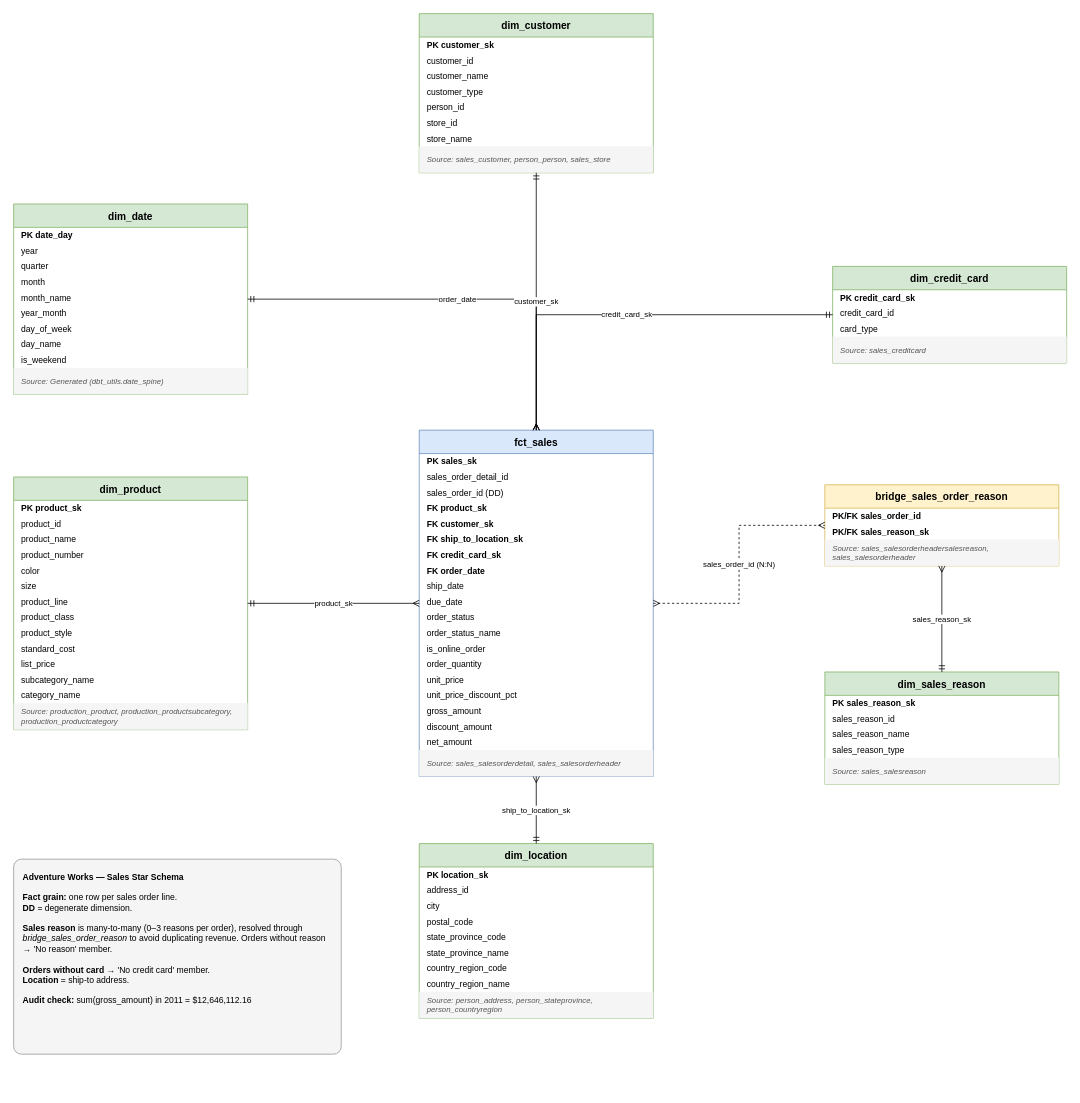
This is docs/conceptual_model.drawio from yurimorais-indicium/ae_certification_2026, a draw.io file, before an edit. Source tidied: cells renumbered, new cells numbered last; positions are measured from the earlier drawing's top-left corner, leaving out a move shared by most shapes. Both pictures are drawn from the tidied source at 78%, with x=0, y=0 at pixel (13, 13).
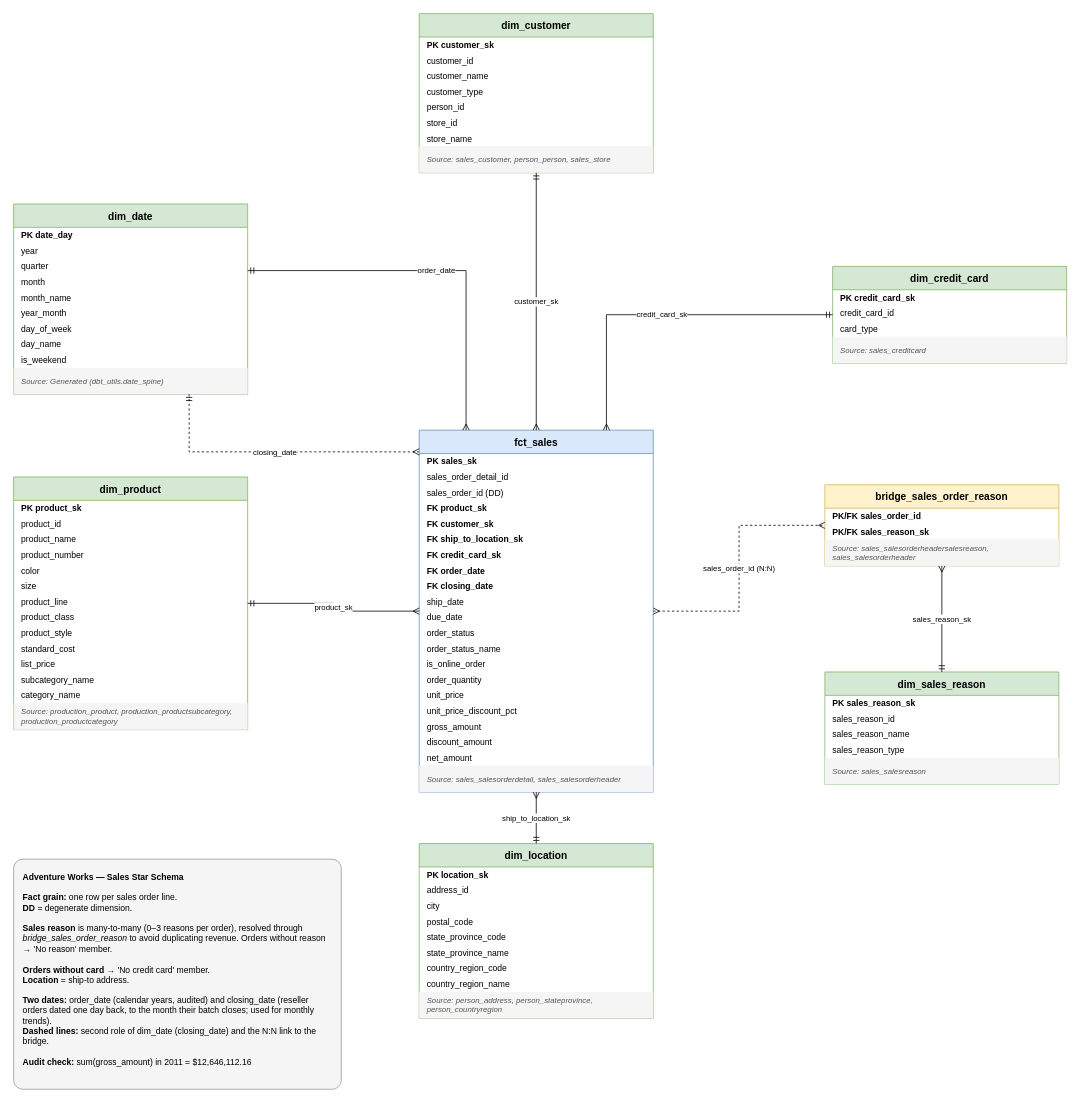
The same diagram, later.

Commit message (it also covers changes not shown here):
Add business rules and update the README and conceptual model

The change refers to these unchanged cells:
```xml
<mxCell id="2" value="dim_date" style="swimlane;fontStyle=1;horizontal=1;startSize=30;fillColor=#d5e8d4;strokeColor=#82b366;fontSize=13;" parent="1" vertex="1">
  <mxGeometry y="244" width="300" height="244" as="geometry" />
</mxCell>
<mxCell id="22" value="dim_credit_card" style="swimlane;fontStyle=1;horizontal=1;startSize=30;fillColor=#d5e8d4;strokeColor=#82b366;fontSize=13;" parent="1" vertex="1">
  <mxGeometry x="1050" y="324" width="300" height="124" as="geometry" />
</mxCell>
```

Change to the diagram source:
```diff
@@
     <mxCell id="42" value="fct_sales" style="swimlane;fontStyle=1;horizontal=1;startSize=30;fillColor=#dae8fc;strokeColor=#6c8ebf;fontSize=13;" parent="1" vertex="1">
-      <mxGeometry x="520" y="534" width="300" height="444" as="geometry" />
+      <mxGeometry x="520" y="534" width="300" height="464" as="geometry" />
     </mxCell>
@@
+    <mxCell id="91" value="FK closing_date" style="text;strokeColor=none;fillColor=none;align=left;verticalAlign=middle;spacingLeft=8;fontStyle=1;fontSize=11;" parent="42" vertex="1">
+      <mxGeometry y="190" width="300" height="20" as="geometry" />
+    </mxCell>
     <mxCell id="51" value="ship_date" style="text;strokeColor=none;fillColor=none;align=left;verticalAlign=middle;spacingLeft=8;fontSize=11;" parent="42" vertex="1">
-      <mxGeometry y="190" width="300" height="20" as="geometry" />
+      <mxGeometry y="210" width="300" height="20" as="geometry" />
     </mxCell>
     <mxCell id="52" value="due_date" style="text;strokeColor=none;fillColor=none;align=left;verticalAlign=middle;spacingLeft=8;fontSize=11;" parent="42" vertex="1">
-      <mxGeometry y="210" width="300" height="20" as="geometry" />
+      <mxGeometry y="230" width="300" height="20" as="geometry" />
     </mxCell>
     <mxCell id="53" value="order_status" style="text;strokeColor=none;fillColor=none;align=left;verticalAlign=middle;spacingLeft=8;fontSize=11;" parent="42" vertex="1">
-      <mxGeometry y="230" width="300" height="20" as="geometry" />
+      <mxGeometry y="250" width="300" height="20" as="geometry" />
     </mxCell>
     <mxCell id="54" value="order_status_name" style="text;strokeColor=none;fillColor=none;align=left;verticalAlign=middle;spacingLeft=8;fontSize=11;" parent="42" vertex="1">
-      <mxGeometry y="250" width="300" height="20" as="geometry" />
+      <mxGeometry y="270" width="300" height="20" as="geometry" />
     </mxCell>
     <mxCell id="55" value="is_online_order" style="text;strokeColor=none;fillColor=none;align=left;verticalAlign=middle;spacingLeft=8;fontSize=11;" parent="42" vertex="1">
-      <mxGeometry y="270" width="300" height="20" as="geometry" />
+      <mxGeometry y="290" width="300" height="20" as="geometry" />
     </mxCell>
     <mxCell id="56" value="order_quantity" style="text;strokeColor=none;fillColor=none;align=left;verticalAlign=middle;spacingLeft=8;fontSize=11;" parent="42" vertex="1">
-      <mxGeometry y="290" width="300" height="20" as="geometry" />
+      <mxGeometry y="310" width="300" height="20" as="geometry" />
     </mxCell>
     <mxCell id="57" value="unit_price" style="text;strokeColor=none;fillColor=none;align=left;verticalAlign=middle;spacingLeft=8;fontSize=11;" parent="42" vertex="1">
-      <mxGeometry y="310" width="300" height="20" as="geometry" />
+      <mxGeometry y="330" width="300" height="20" as="geometry" />
     </mxCell>
     <mxCell id="58" value="unit_price_discount_pct" style="text;strokeColor=none;fillColor=none;align=left;verticalAlign=middle;spacingLeft=8;fontSize=11;" parent="42" vertex="1">
-      <mxGeometry y="330" width="300" height="20" as="geometry" />
+      <mxGeometry y="350" width="300" height="20" as="geometry" />
     </mxCell>
     <mxCell id="59" value="gross_amount" style="text;strokeColor=none;fillColor=none;align=left;verticalAlign=middle;spacingLeft=8;fontSize=11;" parent="42" vertex="1">
-      <mxGeometry y="350" width="300" height="20" as="geometry" />
+      <mxGeometry y="370" width="300" height="20" as="geometry" />
     </mxCell>
     <mxCell id="60" value="discount_amount" style="text;strokeColor=none;fillColor=none;align=left;verticalAlign=middle;spacingLeft=8;fontSize=11;" parent="42" vertex="1">
-      <mxGeometry y="370" width="300" height="20" as="geometry" />
+      <mxGeometry y="390" width="300" height="20" as="geometry" />
     </mxCell>
     <mxCell id="61" value="net_amount" style="text;strokeColor=none;fillColor=none;align=left;verticalAlign=middle;spacingLeft=8;fontSize=11;" parent="42" vertex="1">
-      <mxGeometry y="390" width="300" height="20" as="geometry" />
+      <mxGeometry y="410" width="300" height="20" as="geometry" />
     </mxCell>
     <mxCell id="62" value="Source: sales_salesorderdetail, sales_salesorderheader" style="text;strokeColor=none;fillColor=#f5f5f5;align=left;verticalAlign=middle;spacingLeft=8;fontStyle=2;fontSize=10;whiteSpace=wrap;html=1;fontColor=#555555;" parent="42" vertex="1">
-      <mxGeometry y="410" width="300" height="34" as="geometry" />
+      <mxGeometry y="430" width="300" height="34" as="geometry" />
     </mxCell>
@@
-    <mxCell id="83" value="order_date" style="edgeStyle=orthogonalEdgeStyle;rounded=0;html=1;startArrow=ERmandOne;endArrow=ERmany;startFill=0;endFill=0;fontSize=10;" parent="1" edge="1" source="2" target="42">
+    <mxCell id="83" value="order_date" style="edgeStyle=orthogonalEdgeStyle;rounded=0;html=1;startArrow=ERmandOne;endArrow=ERmany;startFill=0;endFill=0;fontSize=10;exitX=1;exitY=0.35;exitDx=0;exitDy=0;entryX=0.2;entryY=0;entryDx=0;entryDy=0;" parent="1" edge="1" source="2" target="42">
       <mxGeometry relative="1" as="geometry" />
     </mxCell>
+    <mxCell id="92" value="closing_date" style="edgeStyle=orthogonalEdgeStyle;rounded=0;html=1;startArrow=ERmandOne;endArrow=ERmany;startFill=0;endFill=0;dashed=1;fontSize=10;exitX=0.75;exitY=1;exitDx=0;exitDy=0;entryX=0;entryY=0.06;entryDx=0;entryDy=0;" parent="1" edge="1" source="2" target="42">
+      <mxGeometry relative="1" as="geometry" />
+    </mxCell>
@@
-    <mxCell id="85" value="credit_card_sk" style="edgeStyle=orthogonalEdgeStyle;rounded=0;html=1;startArrow=ERmandOne;endArrow=ERmany;startFill=0;endFill=0;fontSize=10;" parent="1" edge="1" source="22" target="42">
+    <mxCell id="85" value="credit_card_sk" style="edgeStyle=orthogonalEdgeStyle;rounded=0;html=1;startArrow=ERmandOne;endArrow=ERmany;startFill=0;endFill=0;fontSize=10;exitX=0;exitY=0.5;exitDx=0;exitDy=0;entryX=0.8;entryY=0;entryDx=0;entryDy=0;" parent="1" edge="1" source="22" target="42">
       <mxGeometry relative="1" as="geometry" />
     </mxCell>
@@
-    <mxCell id="90" value="&lt;b&gt;Adventure Works — Sales Star Schema&lt;/b&gt;&lt;br&gt;&lt;br&gt;&lt;b&gt;Fact grain:&lt;/b&gt; one row per sales order line.&lt;br&gt;&lt;b&gt;DD&lt;/b&gt; = degenerate dimension.&lt;br&gt;&lt;br&gt;&lt;b&gt;Sales reason&lt;/b&gt; is many-to-many (0–3 reasons per order), resolved through &lt;i&gt;bridge_sales_order_reason&lt;/i&gt; to avoid duplicating revenue. Orders without reason → 'No reason' member.&lt;br&gt;&lt;br&gt;&lt;b&gt;Orders without card&lt;/b&gt; → 'No credit card' member.&lt;br&gt;&lt;b&gt;Location&lt;/b&gt; = ship-to address.&lt;br&gt;&lt;br&gt;&lt;b&gt;Audit check:&lt;/b&gt; sum(gross_amount) in 2011 = $12,646,112.16" style="rounded=1;whiteSpace=wrap;html=1;fillColor=#f5f5f5;strokeColor=#999999;align=left;verticalAlign=top;spacing=12;fontSize=11;arcSize=4;" parent="1" vertex="1">
-      <mxGeometry y="1084" width="420" height="250" as="geometry" />
+    <mxCell id="90" value="&lt;b&gt;Adventure Works — Sales Star Schema&lt;/b&gt;&lt;br&gt;&lt;br&gt;&lt;b&gt;Fact grain:&lt;/b&gt; one row per sales order line.&lt;br&gt;&lt;b&gt;DD&lt;/b&gt; = degenerate dimension.&lt;br&gt;&lt;br&gt;&lt;b&gt;Sales reason&lt;/b&gt; is many-to-many (0–3 reasons per order), resolved through &lt;i&gt;bridge_sales_order_reason&lt;/i&gt; to avoid duplicating revenue. Orders without reason → 'No reason' member.&lt;br&gt;&lt;br&gt;&lt;b&gt;Orders without card&lt;/b&gt; → 'No credit card' member.&lt;br&gt;&lt;b&gt;Location&lt;/b&gt; = ship-to address.&lt;br&gt;&lt;br&gt;&lt;b&gt;Two dates:&lt;/b&gt; order_date (calendar years, audited) and closing_date (reseller orders dated one day back, to the month their batch closes; used for monthly trends).&lt;br&gt;&lt;b&gt;Dashed lines:&lt;/b&gt; second role of dim_date (closing_date) and the N:N link to the bridge.&lt;br&gt;&lt;br&gt;&lt;b&gt;Audit check:&lt;/b&gt; sum(gross_amount) in 2011 = $12,646,112.16" style="rounded=1;whiteSpace=wrap;html=1;fillColor=#f5f5f5;strokeColor=#999999;align=left;verticalAlign=top;spacing=12;fontSize=11;arcSize=4;" parent="1" vertex="1">
+      <mxGeometry y="1084" width="420" height="295" as="geometry" />
     </mxCell>
```
